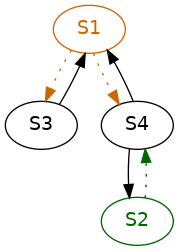
The Graphviz diagram doc/conflict.png in GaloisInc/pirate, before a commit. Its source is kept beside it as doc/conflict.dot.
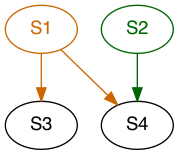
Later version of the same file.

The edit, as a diff of the source:
```diff
@@ -3,9 +3,6 @@
     S1 [fontcolor = darkorange3, color = darkorange3]
     S2 [fontcolor = darkgreen, color = darkgreen]
 
-    S3 -> S1
-    S4 -> {S2, S1}
-
-    S1 -> {S3, S4} [style=dotted, color=darkorange3]
-    S2 -> S4 [style=dotted, color=darkgreen]
+    S1 -> {S3, S4} [color=darkorange3]
+    S2 -> S4 [color=darkgreen]
 }
```
